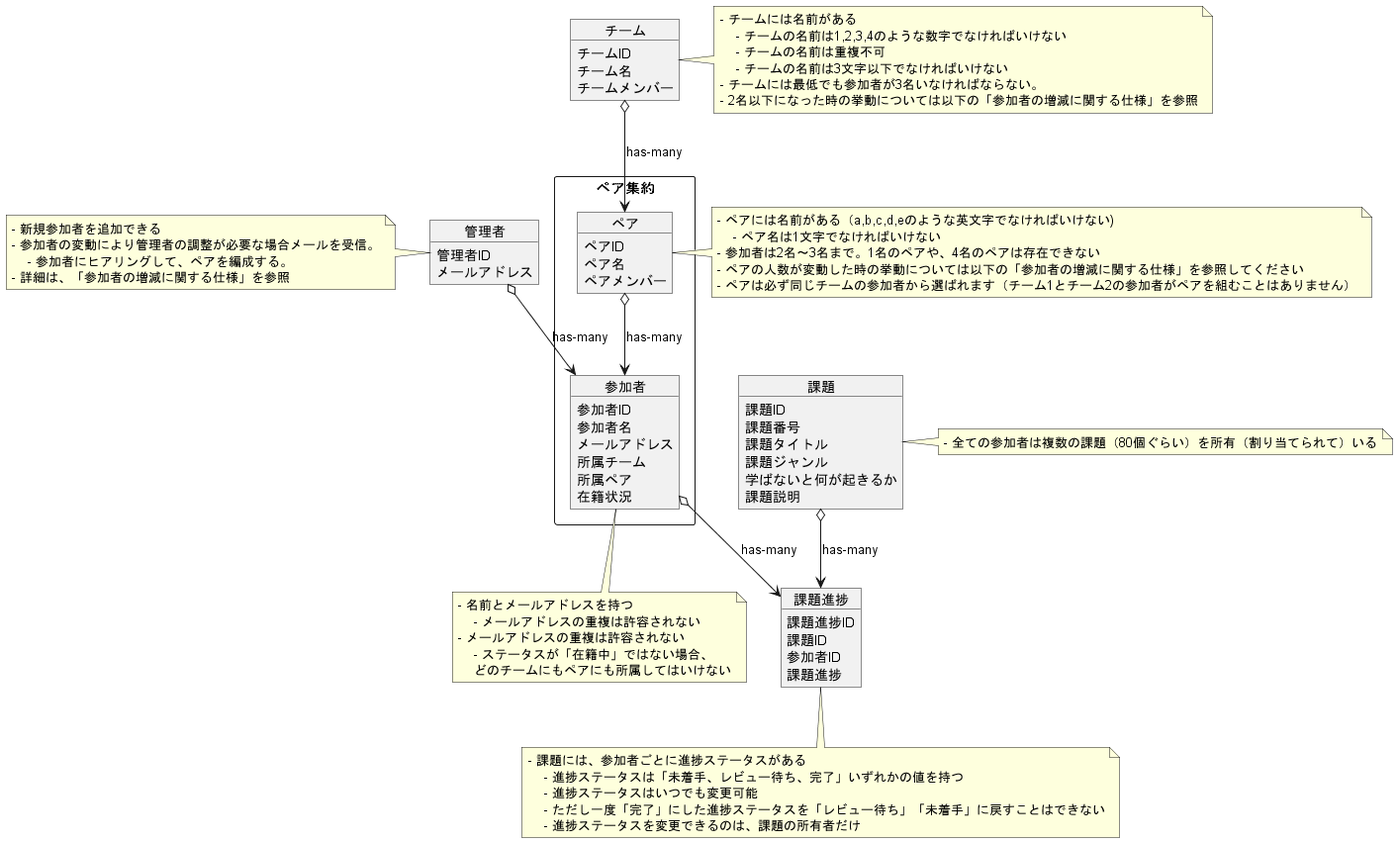
Earlier version of the PlantUML export 95IG7y3HHX7yl4/03_設計/04_特大課題：プラハチャレンジをDDDで実装してみる/ドメインモデル図/domain.png (praha-inc/praha-challenge-7).
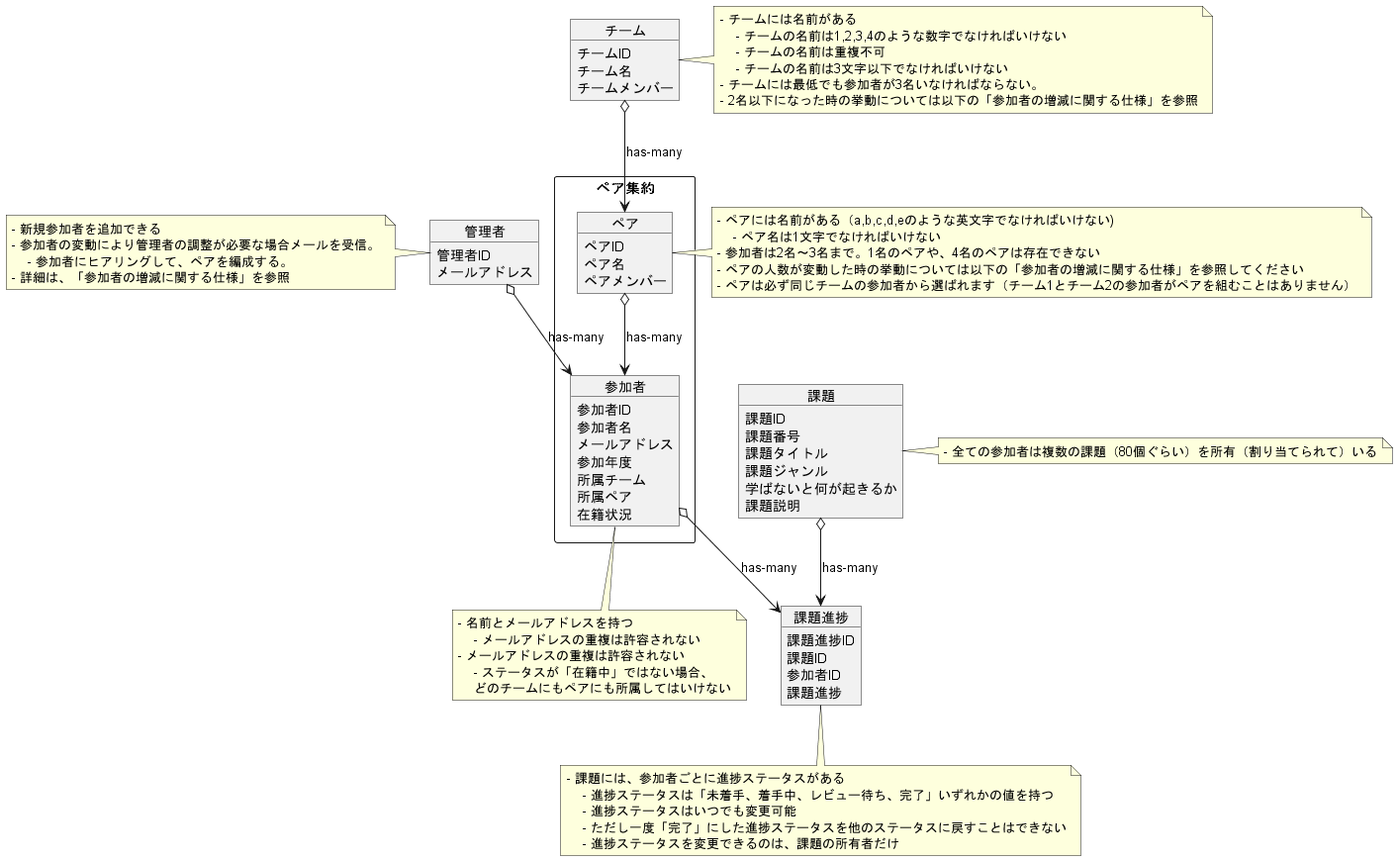
After the commit.

Commit message:
ドメインモデル図の修正

Diff of the diagram source:
```diff
@@ -34,9 +34,9 @@
 
 note bottom of 課題進捗
 - 課題には、参加者ごとに進捗ステータスがある
-    - 進捗ステータスは「未着手、レビュー待ち、完了」いずれかの値を持つ
+    - 進捗ステータスは「未着手、着手中、レビュー待ち、完了」いずれかの値を持つ
     - 進捗ステータスはいつでも変更可能
-    - ただし一度「完了」にした進捗ステータスを「レビュー待ち」「未着手」に戻すことはできない
+    - ただし一度「完了」にした進捗ステータスを他のステータスに戻すことはできない
     - 進捗ステータスを変更できるのは、課題の所有者だけ
 end note
 
@@ -45,6 +45,7 @@
         参加者ID
         参加者名
         メールアドレス
+        参加年度
         所属チーム
         所属ペア
         在籍状況
```
